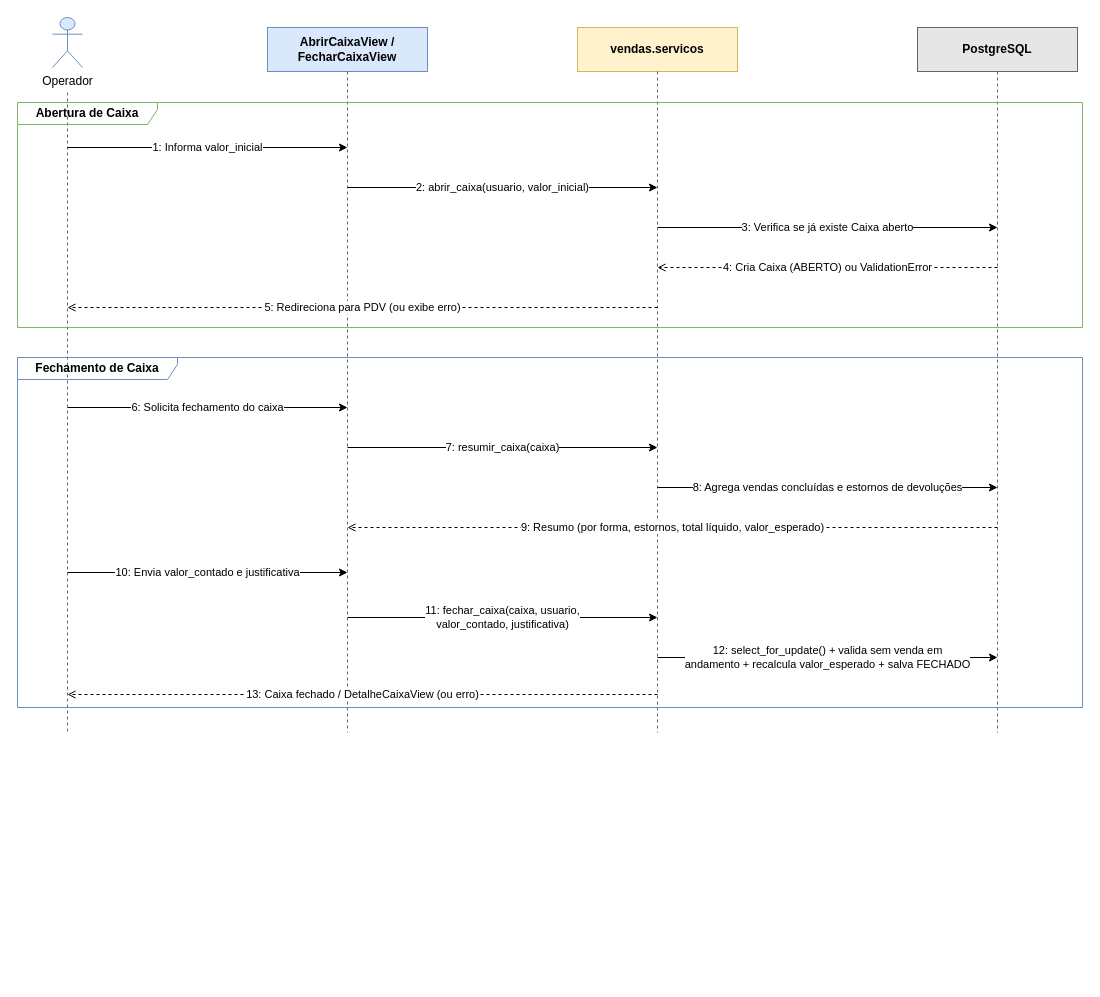
This is docs/diagramas/sequencia_caixa.drawio from PedroGasparetto/sistema-dacomp, a draw.io file, before an edit. Source tidied: cells renumbered, new cells numbered last; positions are measured from the earlier drawing's top-left corner, leaving out a move shared by most shapes. Both pictures are drawn from the tidied source at 100%, with x=0, y=0 at pixel (17, 17).
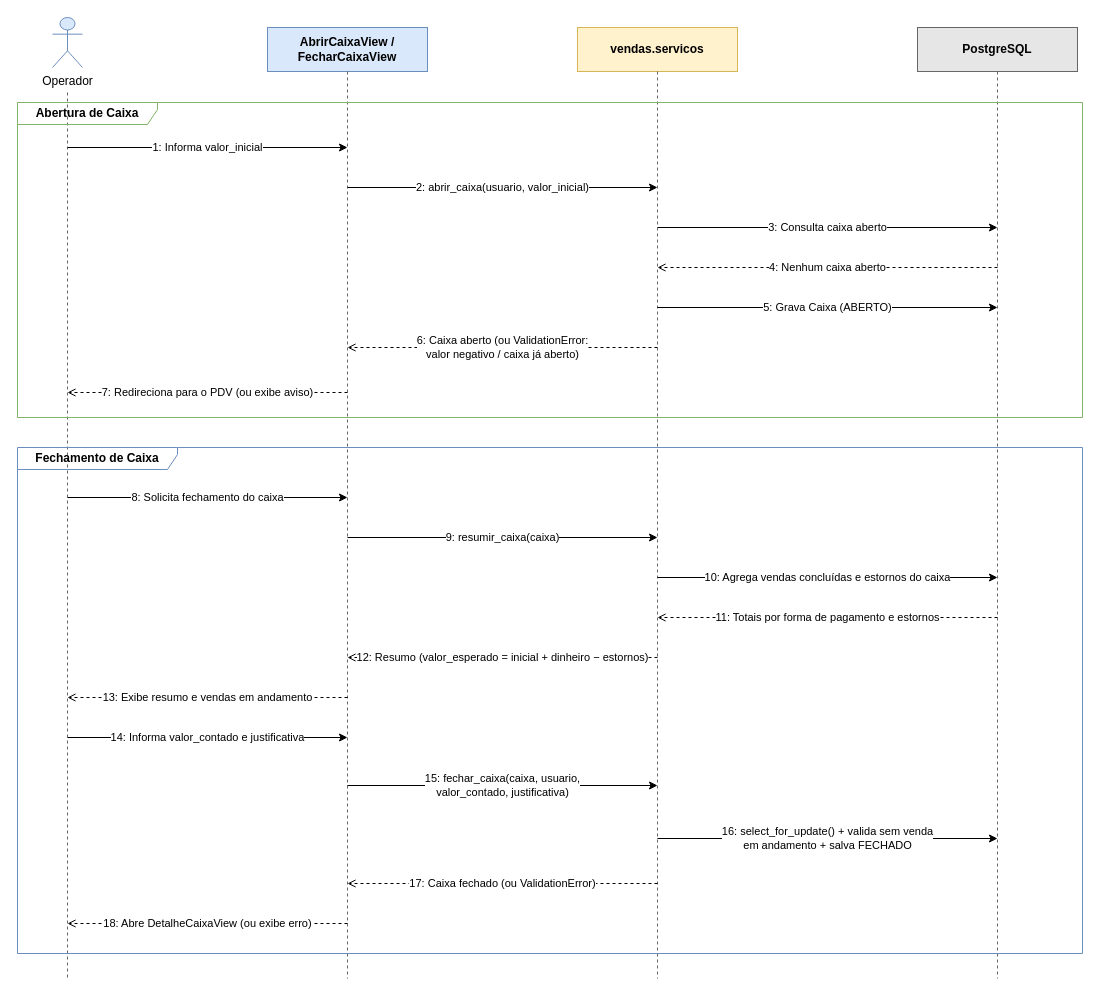
Above is the later version.

Commit message:
Corrige retornos do diagrama de sequência do caixa

Cada resposta volta ao participante que fez a chamada: o PostgreSQL responde ao
serviço, o serviço à view (com ValidationError quando for o caso) e a view ao
operador. Inclui a exibição do resumo antes do valor contado.

O arquivo .drawio.svg precisa ser exportado de novo pelo draw.io.

Claude-Session: https://claude.ai/code/session_01PfvwMDMALDtyiAoHVTcGmU

What changed in the source:
```diff
@@
     <mxCell id="6" style="endArrow=none;dashed=1;html=1;strokeColor=#666666;" parent="1" edge="1">
       <mxGeometry relative="1" as="geometry">
         <mxPoint x="50" y="75" as="sourcePoint" />
-        <mxPoint x="50" y="715" as="targetPoint" />
+        <mxPoint x="50" y="961" as="targetPoint" />
       </mxGeometry>
     </mxCell>
     <mxCell id="7" style="endArrow=none;dashed=1;html=1;strokeColor=#666666;" parent="1" edge="1">
       <mxGeometry relative="1" as="geometry">
         <mxPoint x="330" y="54" as="sourcePoint" />
-        <mxPoint x="330" y="715" as="targetPoint" />
+        <mxPoint x="330" y="961" as="targetPoint" />
       </mxGeometry>
     </mxCell>
     <mxCell id="8" style="endArrow=none;dashed=1;html=1;strokeColor=#666666;" parent="1" edge="1">
       <mxGeometry relative="1" as="geometry">
         <mxPoint x="640" y="54" as="sourcePoint" />
-        <mxPoint x="640" y="715" as="targetPoint" />
+        <mxPoint x="640" y="961" as="targetPoint" />
       </mxGeometry>
     </mxCell>
     <mxCell id="9" style="endArrow=none;dashed=1;html=1;strokeColor=#666666;" parent="1" edge="1">
       <mxGeometry relative="1" as="geometry">
         <mxPoint x="980" y="54" as="sourcePoint" />
-        <mxPoint x="980" y="715" as="targetPoint" />
+        <mxPoint x="980" y="961" as="targetPoint" />
       </mxGeometry>
     </mxCell>
     <mxCell id="10" value="Abertura de Caixa" style="shape=umlFrame;whiteSpace=wrap;html=1;width=140;height=22;fillColor=none;strokeColor=#82b366;fontStyle=1;" parent="1" vertex="1">
-      <mxGeometry y="85" width="1065" height="225" as="geometry" />
+      <mxGeometry y="85" width="1065" height="315" as="geometry" />
     </mxCell>
@@
-    <mxCell id="13" value="3: Verifica se já existe Caixa aberto" style="endArrow=classic;html=1;labelBackgroundColor=#ffffff;" parent="1" edge="1">
+    <mxCell id="13" value="3: Consulta caixa aberto" style="endArrow=classic;html=1;labelBackgroundColor=#ffffff;" parent="1" edge="1">
       <mxGeometry relative="1" as="geometry">
         <mxPoint x="640" y="210" as="sourcePoint" />
         <mxPoint x="980" y="210" as="targetPoint" />
       </mxGeometry>
     </mxCell>
-    <mxCell id="14" value="4: Cria Caixa (ABERTO) ou ValidationError" style="dashed=1;endArrow=open;endFill=0;html=1;labelBackgroundColor=#ffffff;" parent="1" edge="1">
+    <mxCell id="14" value="4: Nenhum caixa aberto" style="dashed=1;endArrow=open;endFill=0;html=1;labelBackgroundColor=#ffffff;" parent="1" edge="1">
       <mxGeometry relative="1" as="geometry">
         <mxPoint x="980" y="250" as="sourcePoint" />
         <mxPoint x="640" y="250" as="targetPoint" />
       </mxGeometry>
     </mxCell>
-    <mxCell id="15" value="5: Redireciona para PDV (ou exibe erro)" style="dashed=1;endArrow=open;endFill=0;html=1;labelBackgroundColor=#ffffff;" parent="1" edge="1">
+    <mxCell id="15" value="5: Grava Caixa (ABERTO)" style="endArrow=classic;html=1;labelBackgroundColor=#ffffff;" parent="1" edge="1">
       <mxGeometry relative="1" as="geometry">
         <mxPoint x="640" y="290" as="sourcePoint" />
-        <mxPoint x="50" y="290" as="targetPoint" />
+        <mxPoint x="980" y="290" as="targetPoint" />
       </mxGeometry>
     </mxCell>
-    <mxCell id="16" value="Fechamento de Caixa" style="shape=umlFrame;whiteSpace=wrap;html=1;width=160;height=22;fillColor=none;strokeColor=#6c8ebf;fontStyle=1;" parent="1" vertex="1">
-      <mxGeometry y="340" width="1065" height="350" as="geometry" />
-    </mxCell>
-    <mxCell id="17" value="6: Solicita fechamento do caixa" style="endArrow=classic;html=1;labelBackgroundColor=#ffffff;" parent="1" edge="1">
+    <mxCell id="17" value="6: Caixa aberto (ou ValidationError:&#10;valor negativo / caixa já aberto)" style="dashed=1;endArrow=open;endFill=0;html=1;labelBackgroundColor=#ffffff;" parent="1" edge="1">
       <mxGeometry relative="1" as="geometry">
-        <mxPoint x="50" y="390" as="sourcePoint" />
-        <mxPoint x="330" y="390" as="targetPoint" />
+        <mxPoint x="640" y="330" as="sourcePoint" />
+        <mxPoint x="330" y="330" as="targetPoint" />
       </mxGeometry>
     </mxCell>
-    <mxCell id="18" value="7: resumir_caixa(caixa)" style="endArrow=classic;html=1;labelBackgroundColor=#ffffff;" parent="1" edge="1">
+    <mxCell id="18" value="7: Redireciona para o PDV (ou exibe aviso)" style="dashed=1;endArrow=open;endFill=0;html=1;labelBackgroundColor=#ffffff;" parent="1" edge="1">
       <mxGeometry relative="1" as="geometry">
-        <mxPoint x="330" y="430" as="sourcePoint" />
-        <mxPoint x="640" y="430" as="targetPoint" />
+        <mxPoint x="330" y="375" as="sourcePoint" />
+        <mxPoint x="50" y="375" as="targetPoint" />
       </mxGeometry>
     </mxCell>
+    <mxCell id="16" value="Fechamento de Caixa" style="shape=umlFrame;whiteSpace=wrap;html=1;width=160;height=22;fillColor=none;strokeColor=#6c8ebf;fontStyle=1;" parent="1" vertex="1">
+      <mxGeometry y="430" width="1065" height="506" as="geometry" />
+    </mxCell>
-    <mxCell id="19" value="8: Agrega vendas concluídas e estornos de devoluções" style="endArrow=classic;html=1;labelBackgroundColor=#ffffff;" parent="1" edge="1">
+    <mxCell id="19" value="8: Solicita fechamento do caixa" style="endArrow=classic;html=1;labelBackgroundColor=#ffffff;" parent="1" edge="1">
       <mxGeometry relative="1" as="geometry">
-        <mxPoint x="640" y="470" as="sourcePoint" />
-        <mxPoint x="980" y="470" as="targetPoint" />
+        <mxPoint x="50" y="480" as="sourcePoint" />
+        <mxPoint x="330" y="480" as="targetPoint" />
       </mxGeometry>
     </mxCell>
-    <mxCell id="20" value="9: Resumo (por forma, estornos, total líquido, valor_esperado)" style="dashed=1;endArrow=open;endFill=0;html=1;labelBackgroundColor=#ffffff;" parent="1" edge="1">
+    <mxCell id="20" value="9: resumir_caixa(caixa)" style="endArrow=classic;html=1;labelBackgroundColor=#ffffff;" parent="1" edge="1">
       <mxGeometry relative="1" as="geometry">
-        <mxPoint x="980" y="510" as="sourcePoint" />
-        <mxPoint x="330" y="510" as="targetPoint" />
+        <mxPoint x="330" y="520" as="sourcePoint" />
+        <mxPoint x="640" y="520" as="targetPoint" />
       </mxGeometry>
     </mxCell>
-    <mxCell id="21" value="10: Envia valor_contado e justificativa" style="endArrow=classic;html=1;labelBackgroundColor=#ffffff;" parent="1" edge="1">
+    <mxCell id="21" value="10: Agrega vendas concluídas e estornos do caixa" style="endArrow=classic;html=1;labelBackgroundColor=#ffffff;" parent="1" edge="1">
       <mxGeometry relative="1" as="geometry">
-        <mxPoint x="50" y="555" as="sourcePoint" />
-        <mxPoint x="330" y="555" as="targetPoint" />
+        <mxPoint x="640" y="560" as="sourcePoint" />
+        <mxPoint x="980" y="560" as="targetPoint" />
       </mxGeometry>
     </mxCell>
-    <mxCell id="22" value="11: fechar_caixa(caixa, usuario,&#10;valor_contado, justificativa)" style="endArrow=classic;html=1;labelBackgroundColor=#ffffff;" parent="1" edge="1">
+    <mxCell id="22" value="11: Totais por forma de pagamento e estornos" style="dashed=1;endArrow=open;endFill=0;html=1;labelBackgroundColor=#ffffff;" parent="1" edge="1">
       <mxGeometry relative="1" as="geometry">
-        <mxPoint x="330" y="600" as="sourcePoint" />
+        <mxPoint x="980" y="600" as="sourcePoint" />
         <mxPoint x="640" y="600" as="targetPoint" />
       </mxGeometry>
     </mxCell>
-    <mxCell id="23" value="12: select_for_update() + valida sem venda em&#10;andamento + recalcula valor_esperado + salva FECHADO" style="endArrow=classic;html=1;labelBackgroundColor=#ffffff;" parent="1" edge="1">
+    <mxCell id="23" value="12: Resumo (valor_esperado = inicial + dinheiro − estornos)" style="dashed=1;endArrow=open;endFill=0;html=1;labelBackgroundColor=#ffffff;" parent="1" edge="1">
       <mxGeometry relative="1" as="geometry">
         <mxPoint x="640" y="640" as="sourcePoint" />
-        <mxPoint x="980" y="640" as="targetPoint" />
+        <mxPoint x="330" y="640" as="targetPoint" />
       </mxGeometry>
     </mxCell>
-    <mxCell id="24" value="13: Caixa fechado / DetalheCaixaView (ou erro)" style="dashed=1;endArrow=open;endFill=0;html=1;labelBackgroundColor=#ffffff;" parent="1" edge="1">
+    <mxCell id="24" value="13: Exibe resumo e vendas em andamento" style="dashed=1;endArrow=open;endFill=0;html=1;labelBackgroundColor=#ffffff;" parent="1" edge="1">
       <mxGeometry relative="1" as="geometry">
-        <mxPoint x="640" y="677" as="sourcePoint" />
-        <mxPoint x="50" y="677" as="targetPoint" />
+        <mxPoint x="330" y="680" as="sourcePoint" />
+        <mxPoint x="50" y="680" as="targetPoint" />
       </mxGeometry>
     </mxCell>
+    <mxCell id="25" value="14: Informa valor_contado e justificativa" style="endArrow=classic;html=1;labelBackgroundColor=#ffffff;" parent="1" edge="1">
+      <mxGeometry relative="1" as="geometry">
+        <mxPoint x="50" y="720" as="sourcePoint" />
+        <mxPoint x="330" y="720" as="targetPoint" />
+      </mxGeometry>
+    </mxCell>
+    <mxCell id="26" value="15: fechar_caixa(caixa, usuario,&#10;valor_contado, justificativa)" style="endArrow=classic;html=1;labelBackgroundColor=#ffffff;" parent="1" edge="1">
+      <mxGeometry relative="1" as="geometry">
+        <mxPoint x="330" y="768" as="sourcePoint" />
+        <mxPoint x="640" y="768" as="targetPoint" />
+      </mxGeometry>
+    </mxCell>
+    <mxCell id="27" value="16: select_for_update() + valida sem venda&#10;em andamento + salva FECHADO" style="endArrow=classic;html=1;labelBackgroundColor=#ffffff;" parent="1" edge="1">
+      <mxGeometry relative="1" as="geometry">
+        <mxPoint x="640" y="821" as="sourcePoint" />
+        <mxPoint x="980" y="821" as="targetPoint" />
+      </mxGeometry>
+    </mxCell>
+    <mxCell id="28" value="17: Caixa fechado (ou ValidationError)" style="dashed=1;endArrow=open;endFill=0;html=1;labelBackgroundColor=#ffffff;" parent="1" edge="1">
+      <mxGeometry relative="1" as="geometry">
+        <mxPoint x="640" y="866" as="sourcePoint" />
+        <mxPoint x="330" y="866" as="targetPoint" />
+      </mxGeometry>
+    </mxCell>
+    <mxCell id="29" value="18: Abre DetalheCaixaView (ou exibe erro)" style="dashed=1;endArrow=open;endFill=0;html=1;labelBackgroundColor=#ffffff;" parent="1" edge="1">
+      <mxGeometry relative="1" as="geometry">
+        <mxPoint x="330" y="906" as="sourcePoint" />
+        <mxPoint x="50" y="906" as="targetPoint" />
+      </mxGeometry>
+    </mxCell>
```
